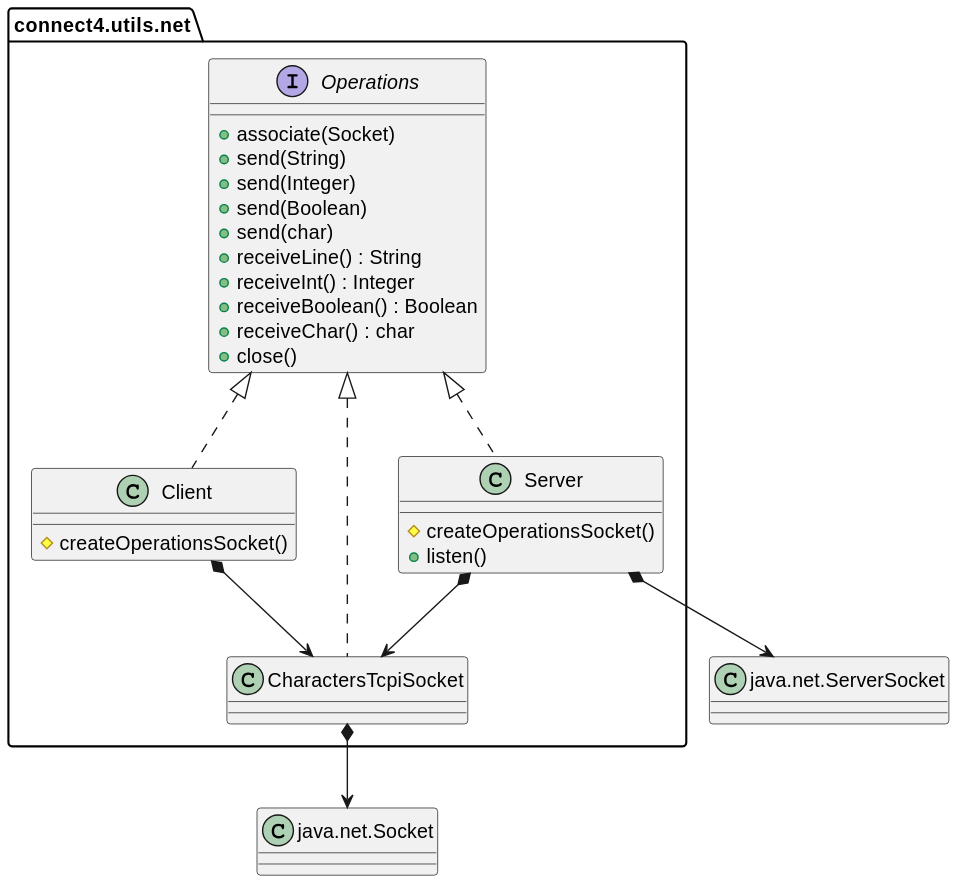
The PlantUML diagram out/connect4/Docs/diagrams/src/packages/connect4.utils.net/utils.net.svg in js-rom/connect4, before a commit.
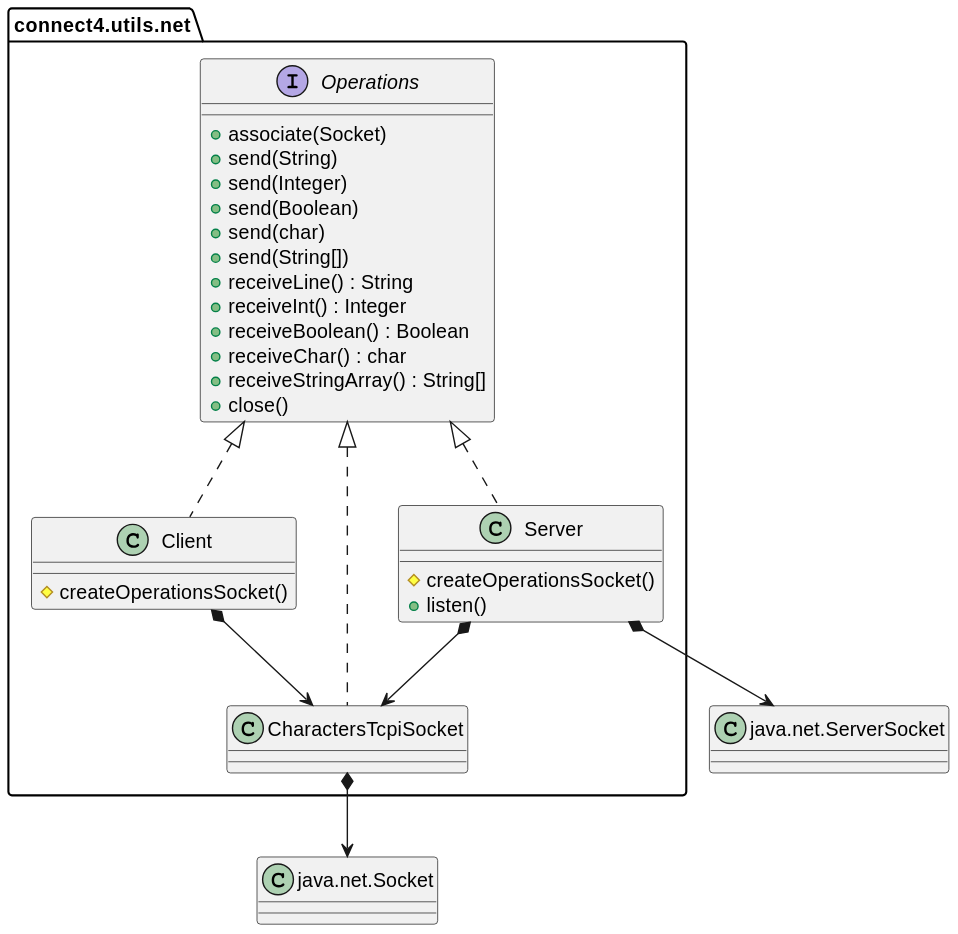
After the change.

What changed in the source:
```diff
@@ -6,10 +6,12 @@
         + send(Integer)
         +send(Boolean)
         +send(char)
+        + send(String[])
         + receiveLine() : String
         + receiveInt() : Integer
         + receiveBoolean() : Boolean
         + receiveChar() : char
+        + receiveStringArray() : String[]
         + close()
     }
     class Client {
```
